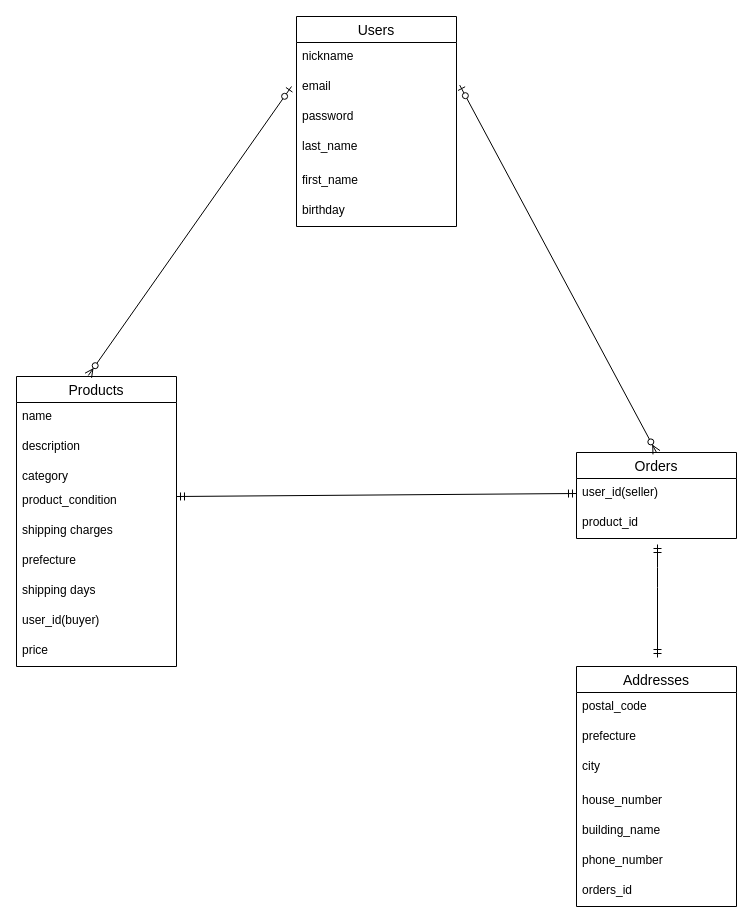
The draw.io diagram furima.dio in Fuka-Aki/furima-32511, before the edit. Source tidied: cells renumbered, new cells numbered last; positions are measured from the earlier drawing's top-left corner, leaving out a move shared by most shapes. Both pictures are drawn from the tidied source at 100%, with x=0, y=0 at pixel (16, 16).
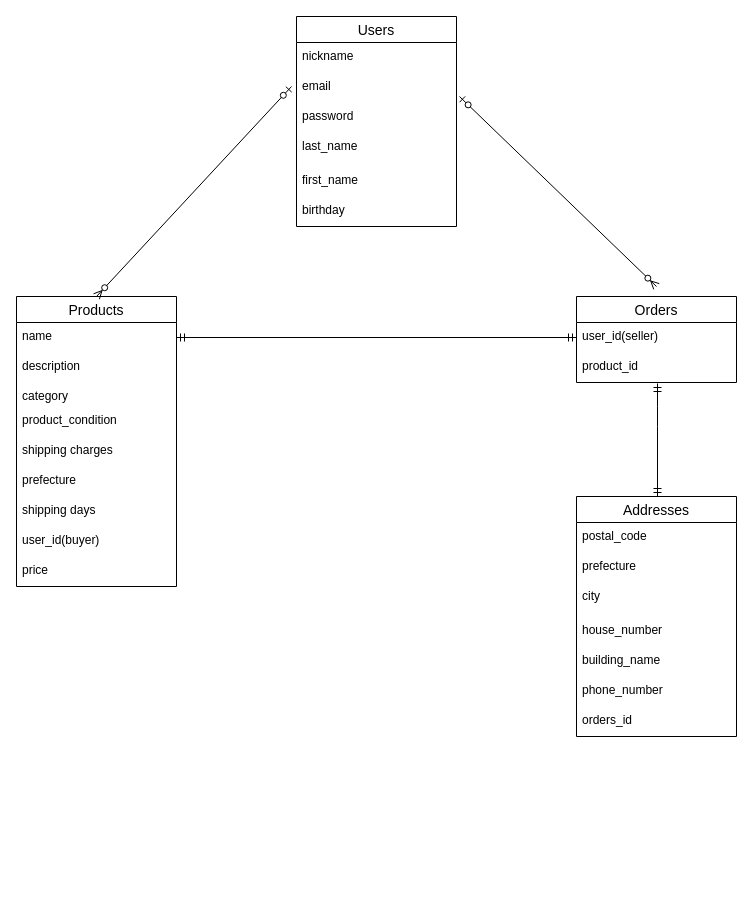
Above is the later version.

Unchanged cells that the change refers to:
```xml
<mxCell id="10" value="name" style="text;strokeColor=none;fillColor=none;spacingLeft=4;spacingRight=4;overflow=hidden;points=[[0,0.5],[1,0.5]];portConstraint=eastwest;fontSize=12;" parent="9" vertex="1">
  <mxGeometry y="26" width="160" height="30" as="geometry" />
</mxCell>
<mxCell id="28" value="user_id(seller)" style="text;strokeColor=none;fillColor=none;spacingLeft=4;spacingRight=4;overflow=hidden;points=[[0,0.5],[1,0.5]];portConstraint=eastwest;fontSize=12;" parent="27" vertex="1">
  <mxGeometry y="26" width="160" height="30" as="geometry" />
</mxCell>
```

What changed in the source:
```diff
@@
     <mxCell id="9" value="Products" style="swimlane;fontStyle=0;horizontal=1;startSize=26;align=center;fontSize=14;" parent="1" vertex="1">
-      <mxGeometry y="360" width="160" height="290" as="geometry" />
+      <mxGeometry y="280" width="160" height="290" as="geometry" />
     </mxCell>
@@
     <mxCell id="19" value="Addresses" style="swimlane;fontStyle=0;horizontal=1;startSize=26;align=center;fontSize=14;" parent="1" vertex="1">
-      <mxGeometry x="560" y="650" width="160" height="240" as="geometry" />
+      <mxGeometry x="560" y="480" width="160" height="240" as="geometry" />
     </mxCell>
@@
     <mxCell id="27" value="Orders" style="swimlane;fontStyle=0;horizontal=1;startSize=26;align=center;fontSize=14;" parent="1" vertex="1">
-      <mxGeometry x="560" y="436" width="160" height="86" as="geometry" />
+      <mxGeometry x="560" y="280" width="160" height="86" as="geometry" />
     </mxCell>
@@
-    <mxCell id="30" style="fontSize=12;html=1;endArrow=ERzeroToMany;startArrow=ERzeroToOne;exitX=1.02;exitY=-0.013;exitDx=0;exitDy=0;exitPerimeter=0;entryX=0.5;entryY=0;entryDx=0;entryDy=0;" parent="27" edge="1" target="27">
+    <mxCell id="30" style="fontSize=12;html=1;endArrow=ERzeroToMany;startArrow=ERzeroToOne;" parent="27" edge="1">
       <mxGeometry relative="1" as="geometry">
-        <mxPoint x="-116.8" y="-367.4" as="sourcePoint" />
+        <mxPoint x="-117" y="-200" as="sourcePoint" />
+        <mxPoint x="80" y="-10" as="targetPoint" />
       </mxGeometry>
     </mxCell>
-    <mxCell id="31" style="fontSize=12;html=1;endArrow=ERmandOne;startArrow=ERmandOne;entryX=0;entryY=0.5;entryDx=0;entryDy=0;" parent="1" edge="1" target="28">
-      <mxGeometry relative="1" as="geometry">
-        <mxPoint x="160" y="480" as="sourcePoint" />
-      </mxGeometry>
+    <mxCell id="31" style="fontSize=12;html=1;endArrow=ERmandOne;startArrow=ERmandOne;entryX=0;entryY=0.5;entryDx=0;entryDy=0;exitX=1;exitY=0.5;exitDx=0;exitDy=0;" parent="1" edge="1" source="10" target="28">
+      <mxGeometry relative="1" as="geometry" />
     </mxCell>
     <mxCell id="32" style="fontSize=12;html=1;endArrow=ERmandOne;startArrow=ERmandOne;" parent="1" edge="1">
       <mxGeometry relative="1" as="geometry">
-        <mxPoint x="641" y="641" as="sourcePoint" />
-        <mxPoint x="641" y="528" as="targetPoint" />
+        <mxPoint x="641" y="480" as="sourcePoint" />
+        <mxPoint x="641" y="367" as="targetPoint" />
         <Array as="points">
-          <mxPoint x="641" y="561" />
+          <mxPoint x="641" y="400" />
         </Array>
       </mxGeometry>
     </mxCell>
     <mxCell id="33" style="fontSize=12;html=1;endArrow=ERzeroToMany;startArrow=ERzeroToOne;exitX=0;exitY=0.5;exitDx=0;exitDy=0;" parent="1" edge="1">
       <mxGeometry relative="1" as="geometry">
         <mxPoint x="275" y="70" as="sourcePoint" />
-        <mxPoint x="71.8" y="359" as="targetPoint" />
+        <mxPoint x="80" y="280" as="targetPoint" />
       </mxGeometry>
     </mxCell>
```
